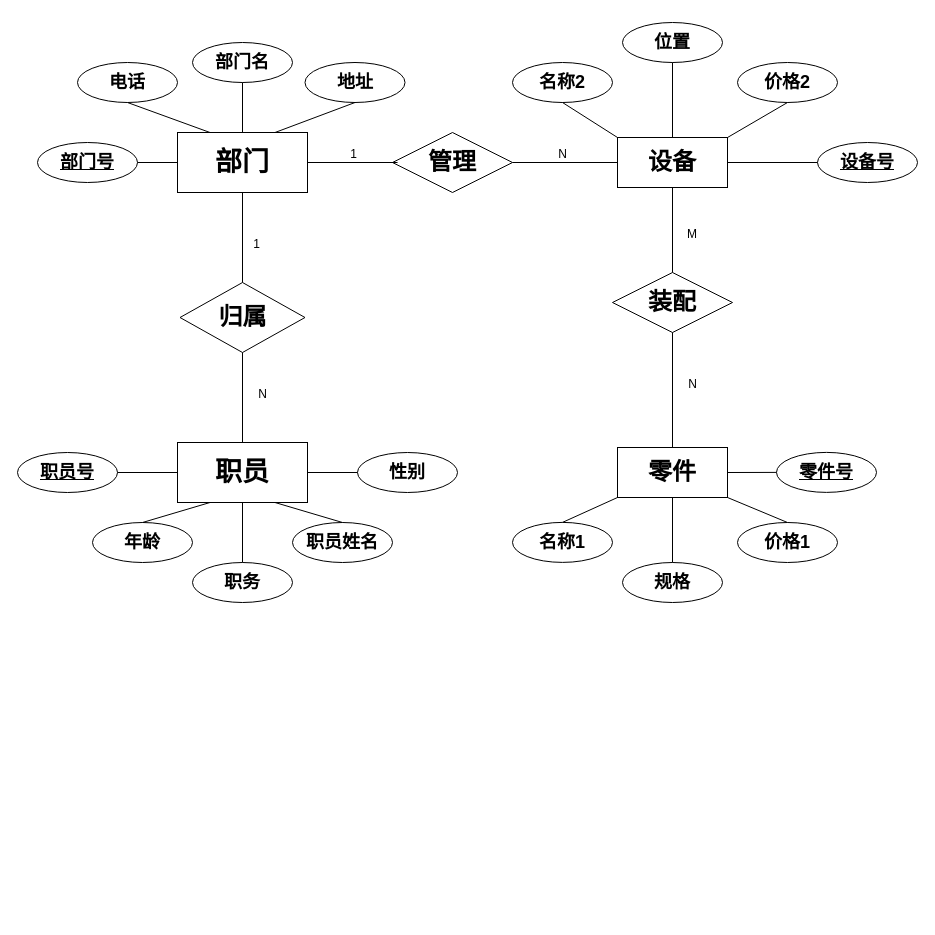
This is page "第 4 页" (4 of 4) of 未命名绘图.drawio from yoeelingBin/database, a draw.io file, before an edit. Source tidied: cells renumbered, new cells numbered last; positions are measured from the earlier drawing's top-left corner, leaving out a move shared by most shapes. Both pictures are drawn from the tidied source at 100%, with x=0, y=0 at pixel (17, 22).
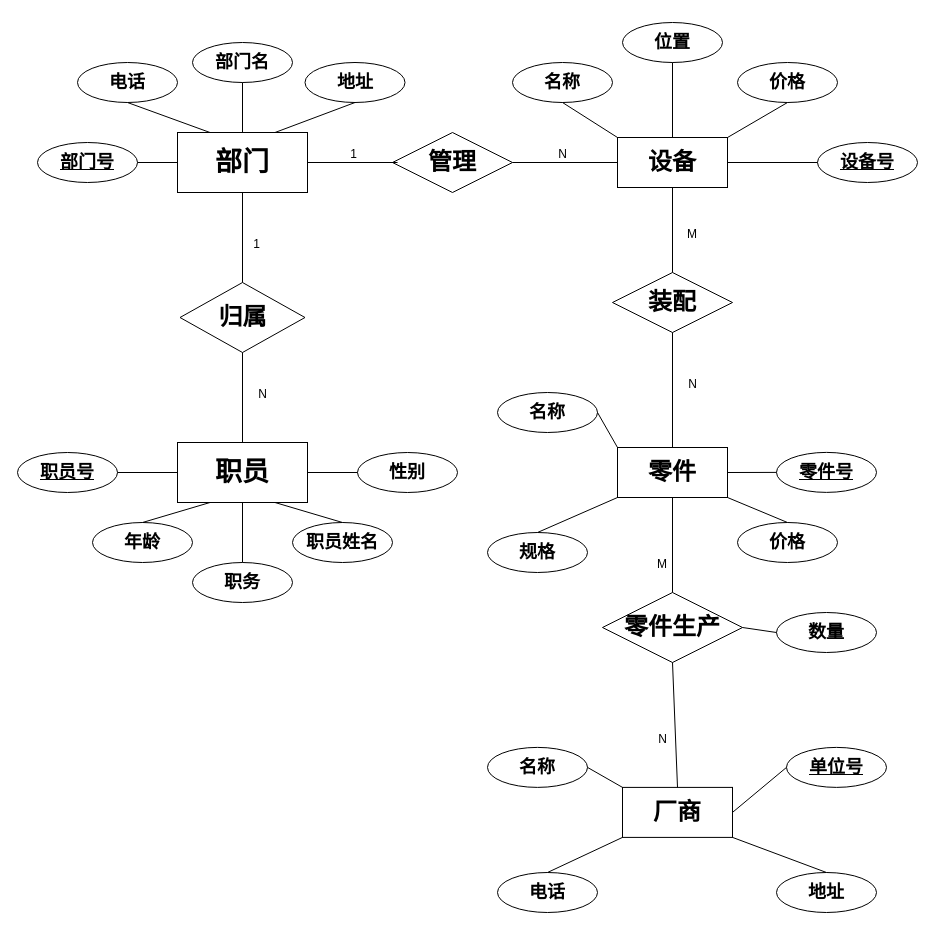
The same page after the edit.

Unchanged cells that the change refers to:
```xml
<mxCell id="44" value="&lt;h1&gt;零件&lt;/h1&gt;" style="whiteSpace=wrap;html=1;align=center;" parent="1" vertex="1">
  <mxGeometry x="600" y="425" width="110" height="50" as="geometry" />
</mxCell>
```

Diff of the diagram source:
```diff
@@
-    <mxCell id="34" value="&lt;h2&gt;名称2&lt;/h2&gt;" style="ellipse;whiteSpace=wrap;html=1;align=center;" parent="1" vertex="1">
+    <mxCell id="34" value="&lt;h2&gt;名称&lt;/h2&gt;" style="ellipse;whiteSpace=wrap;html=1;align=center;" parent="1" vertex="1">
       <mxGeometry x="495" y="40" width="100" height="40" as="geometry" />
     </mxCell>
@@
-    <mxCell id="36" value="&lt;h2&gt;价格2&lt;/h2&gt;" style="ellipse;whiteSpace=wrap;html=1;align=center;" parent="1" vertex="1">
+    <mxCell id="36" value="&lt;h2&gt;价格&lt;/h2&gt;" style="ellipse;whiteSpace=wrap;html=1;align=center;" parent="1" vertex="1">
       <mxGeometry x="720" y="40" width="100" height="40" as="geometry" />
     </mxCell>
@@
-    <mxCell id="46" value="&lt;h2&gt;名称1&lt;/h2&gt;" style="ellipse;whiteSpace=wrap;html=1;align=center;" parent="1" vertex="1">
-      <mxGeometry x="495" y="499.9" width="100" height="40" as="geometry" />
+    <mxCell id="46" value="&lt;h2&gt;名称&lt;/h2&gt;" style="ellipse;whiteSpace=wrap;html=1;align=center;" parent="1" vertex="1">
+      <mxGeometry x="480" y="370" width="100" height="40" as="geometry" />
     </mxCell>
     <mxCell id="47" value="&lt;h2&gt;规格&lt;/h2&gt;" style="ellipse;whiteSpace=wrap;html=1;align=center;" parent="1" vertex="1">
-      <mxGeometry x="605" y="540" width="100" height="40" as="geometry" />
+      <mxGeometry x="470" y="510" width="100" height="40" as="geometry" />
     </mxCell>
-    <mxCell id="48" value="&lt;h2&gt;价格1&lt;/h2&gt;" style="ellipse;whiteSpace=wrap;html=1;align=center;" parent="1" vertex="1">
+    <mxCell id="48" value="&lt;h2&gt;价格&lt;/h2&gt;" style="ellipse;whiteSpace=wrap;html=1;align=center;" parent="1" vertex="1">
       <mxGeometry x="720" y="500" width="100" height="40" as="geometry" />
     </mxCell>
@@
-    <mxCell id="50" style="endArrow=none;html=1;rounded=0;exitX=0.5;exitY=0;exitDx=0;exitDy=0;entryX=0;entryY=1;entryDx=0;entryDy=0;" parent="1" edge="1" source="46" target="44">
+    <mxCell id="50" style="endArrow=none;html=1;rounded=0;exitX=1;exitY=0.5;exitDx=0;exitDy=0;entryX=0;entryY=0;entryDx=0;entryDy=0;" parent="1" edge="1" source="46" target="44">
       <mxGeometry relative="1" as="geometry" />
     </mxCell>
-    <mxCell id="51" style="endArrow=none;html=1;rounded=0;entryX=0.5;entryY=1;entryDx=0;entryDy=0;exitX=0.5;exitY=0;exitDx=0;exitDy=0;" parent="1" edge="1" source="47" target="44">
+    <mxCell id="51" style="endArrow=none;html=1;rounded=0;entryX=0;entryY=1;entryDx=0;entryDy=0;exitX=0.5;exitY=0;exitDx=0;exitDy=0;" parent="1" edge="1" source="47" target="44">
       <mxGeometry relative="1" as="geometry" />
     </mxCell>
@@
+    <mxCell id="55" value="&lt;h1&gt;零件生产&lt;/h1&gt;" style="shape=rhombus;perimeter=rhombusPerimeter;whiteSpace=wrap;html=1;align=center;" parent="1" vertex="1">
+      <mxGeometry x="585" y="570" width="140" height="70" as="geometry" />
+    </mxCell>
+    <mxCell id="56" value="&lt;h1&gt;厂商&lt;/h1&gt;" style="whiteSpace=wrap;html=1;align=center;" parent="1" vertex="1">
+      <mxGeometry x="605" y="764.9" width="110" height="50" as="geometry" />
+    </mxCell>
+    <mxCell id="57" value="&lt;h2&gt;单位号&lt;/h2&gt;" style="ellipse;whiteSpace=wrap;html=1;align=center;fontStyle=4;" parent="1" vertex="1">
+      <mxGeometry x="769" y="724.9" width="100" height="40" as="geometry" />
+    </mxCell>
+    <mxCell id="58" value="&lt;h2&gt;名称&lt;/h2&gt;" style="ellipse;whiteSpace=wrap;html=1;align=center;" parent="1" vertex="1">
+      <mxGeometry x="470" y="724.9" width="100" height="40" as="geometry" />
+    </mxCell>
+    <mxCell id="59" value="&lt;h2&gt;电话&lt;/h2&gt;" style="ellipse;whiteSpace=wrap;html=1;align=center;" parent="1" vertex="1">
+      <mxGeometry x="480" y="850" width="100" height="40" as="geometry" />
+    </mxCell>
+    <mxCell id="60" value="&lt;h2&gt;地址&lt;/h2&gt;" style="ellipse;whiteSpace=wrap;html=1;align=center;" parent="1" vertex="1">
+      <mxGeometry x="759" y="850" width="100" height="40" as="geometry" />
+    </mxCell>
+    <mxCell id="61" style="endArrow=none;html=1;rounded=0;entryX=0;entryY=0.5;entryDx=0;entryDy=0;exitX=1;exitY=0.5;exitDx=0;exitDy=0;" parent="1" edge="1" source="56" target="57">
+      <mxGeometry relative="1" as="geometry" />
+    </mxCell>
+    <mxCell id="62" style="endArrow=none;html=1;rounded=0;exitX=1;exitY=0.5;exitDx=0;exitDy=0;entryX=0;entryY=0;entryDx=0;entryDy=0;" parent="1" edge="1" source="58" target="56">
+      <mxGeometry relative="1" as="geometry" />
+    </mxCell>
+    <mxCell id="63" style="endArrow=none;html=1;rounded=0;entryX=0;entryY=1;entryDx=0;entryDy=0;exitX=0.5;exitY=0;exitDx=0;exitDy=0;" parent="1" edge="1" source="59" target="56">
+      <mxGeometry relative="1" as="geometry" />
+    </mxCell>
+    <mxCell id="64" style="endArrow=none;html=1;rounded=0;entryX=0.5;entryY=0;entryDx=0;entryDy=0;exitX=1;exitY=1;exitDx=0;exitDy=0;" parent="1" edge="1" source="56" target="60">
+      <mxGeometry relative="1" as="geometry" />
+    </mxCell>
+    <mxCell id="65" style="endArrow=none;html=1;rounded=0;entryX=0.5;entryY=0;entryDx=0;entryDy=0;exitX=0.5;exitY=1;exitDx=0;exitDy=0;" parent="1" edge="1" source="55" target="56">
+      <mxGeometry relative="1" as="geometry" />
+    </mxCell>
+    <mxCell id="66" value="N" style="html=1;align=right;verticalAlign=bottom;" parent="65" vertex="1">
+      <mxGeometry x="1" relative="1" as="geometry">
+        <mxPoint x="-10" y="-40" as="offset" />
+      </mxGeometry>
+    </mxCell>
+    <mxCell id="67" style="endArrow=none;html=1;rounded=0;exitX=0.5;exitY=1;exitDx=0;exitDy=0;entryX=0.5;entryY=0;entryDx=0;entryDy=0;" parent="1" edge="1" source="44" target="55">
+      <mxGeometry relative="1" as="geometry" />
+    </mxCell>
+    <mxCell id="68" value="M" style="html=1;align=right;verticalAlign=bottom;" parent="67" vertex="1">
+      <mxGeometry x="1" relative="1" as="geometry">
+        <mxPoint x="-5" y="-20" as="offset" />
+      </mxGeometry>
+    </mxCell>
+    <mxCell id="69" value="&lt;h2&gt;数量&lt;/h2&gt;" style="ellipse;whiteSpace=wrap;html=1;align=center;" parent="1" vertex="1">
+      <mxGeometry x="759" y="590" width="100" height="40" as="geometry" />
+    </mxCell>
+    <mxCell id="70" style="endArrow=none;html=1;rounded=0;exitX=1;exitY=0.5;exitDx=0;exitDy=0;entryX=0;entryY=0.5;entryDx=0;entryDy=0;" parent="1" edge="1" source="55" target="69">
+      <mxGeometry relative="1" as="geometry" />
+    </mxCell>
```
